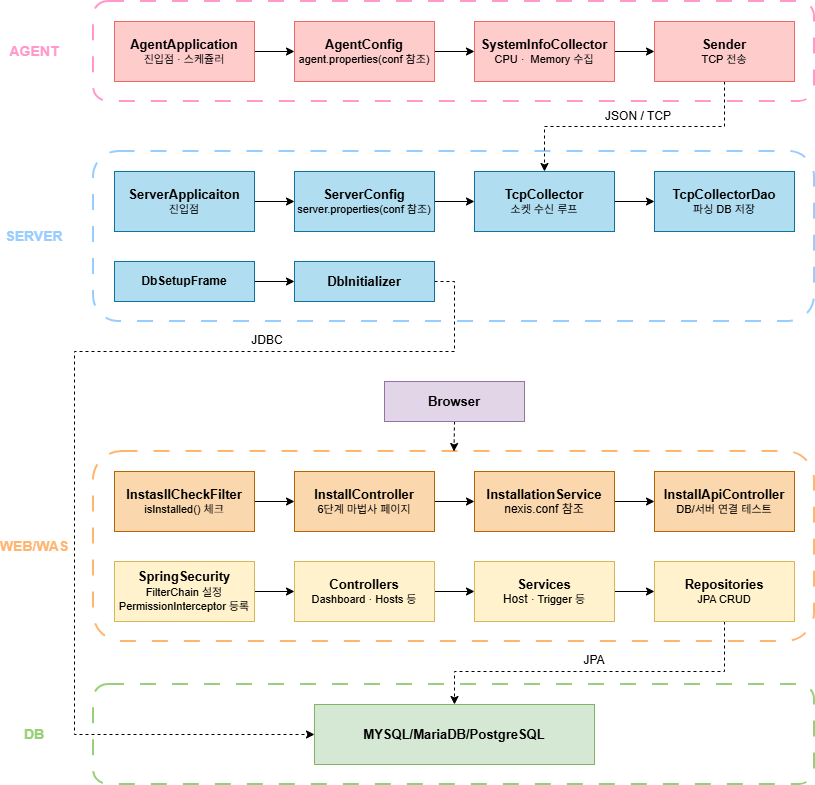
Earlier version of the draw.io export assets/img/설계도.drawio.png (Hyein-Park-git/Portfolio). Source tidied: cells renumbered, new cells last; positions are measured from the earlier drawing's top-left corner, leaving out a move shared by most shapes. The source it was exported from:
```xml
<mxGraphModel>
  <root>
    <mxCell id="0" />
    <mxCell id="1" parent="0" />
    <mxCell id="2" style="rounded=1;whiteSpace=wrap;html=1;fillColor=none;dashed=1;strokeColor=#FFB570;strokeWidth=2;dashPattern=8 8;" parent="1" vertex="1">
      <mxGeometry x="89" y="450" width="721" height="190" as="geometry" />
    </mxCell>
    <mxCell id="3" style="rounded=1;whiteSpace=wrap;html=1;fillColor=none;dashed=1;strokeColor=#99CCFF;strokeWidth=2;dashPattern=8 8;" parent="1" vertex="1">
      <mxGeometry x="89" y="150" width="721" height="170" as="geometry" />
    </mxCell>
    <mxCell id="4" style="rounded=1;whiteSpace=wrap;html=1;fillColor=none;dashed=1;strokeColor=#FF99CC;strokeWidth=2;dashPattern=8 8;" parent="1" vertex="1">
      <mxGeometry x="89" width="721" height="100" as="geometry" />
    </mxCell>
    <mxCell id="5" style="edgeStyle=orthogonalEdgeStyle;rounded=0;jettySize=auto;html=1;exitX=1;exitY=0.5;exitDx=0;exitDy=0;" parent="1" edge="1" source="6" target="8">
      <mxGeometry relative="1" as="geometry" />
    </mxCell>
    <mxCell id="6" value="&lt;font style=&quot;font-size: 13px;&quot;&gt;&lt;b&gt;AgentApplication&lt;/b&gt;&lt;/font&gt;&lt;div&gt;&lt;font style=&quot;font-size: 11px;&quot;&gt;진입점 · 스케쥴러&lt;/font&gt;&lt;/div&gt;" style="rounded=0;whiteSpace=wrap;html=1;fillColor=#ffcccc;strokeColor=#EA6B66;" parent="1" vertex="1">
      <mxGeometry x="110" y="20" width="140" height="60" as="geometry" />
    </mxCell>
    <mxCell id="7" style="edgeStyle=orthogonalEdgeStyle;rounded=0;jettySize=auto;html=1;exitX=1;exitY=0.5;exitDx=0;exitDy=0;" parent="1" edge="1" source="8" target="10">
      <mxGeometry relative="1" as="geometry" />
    </mxCell>
    <mxCell id="8" value="&lt;font style=&quot;font-size: 13px;&quot;&gt;&lt;b&gt;AgentConfig&lt;/b&gt;&lt;/font&gt;&lt;div&gt;&lt;font style=&quot;font-size: 11px;&quot;&gt;agent.properties(conf 참조)&lt;/font&gt;&lt;/div&gt;" style="rounded=0;whiteSpace=wrap;html=1;fillColor=#ffcccc;strokeColor=#EA6B66;" parent="1" vertex="1">
      <mxGeometry x="290" y="20" width="140" height="60" as="geometry" />
    </mxCell>
    <mxCell id="9" style="edgeStyle=orthogonalEdgeStyle;rounded=0;jettySize=auto;html=1;exitX=1;exitY=0.5;exitDx=0;exitDy=0;entryX=0;entryY=0.5;entryDx=0;entryDy=0;" parent="1" edge="1" source="10" target="12">
      <mxGeometry relative="1" as="geometry" />
    </mxCell>
    <mxCell id="10" value="&lt;font style=&quot;font-size: 13px;&quot;&gt;&lt;b&gt;SystemInfoCollector&lt;/b&gt;&lt;/font&gt;&lt;div&gt;&lt;font style=&quot;font-size: 11px;&quot;&gt;CPU&amp;nbsp;&lt;/font&gt;&lt;span style=&quot;font-size: 11px; background-color: transparent; color: light-dark(rgb(0, 0, 0), rgb(255, 255, 255));&quot;&gt;·&lt;/span&gt;&lt;span style=&quot;font-size: 11px; background-color: transparent; color: light-dark(rgb(0, 0, 0), rgb(255, 255, 255));&quot;&gt;&amp;nbsp;&lt;/span&gt;&lt;span style=&quot;font-size: 11px; background-color: transparent; color: light-dark(rgb(0, 0, 0), rgb(255, 255, 255));&quot;&gt;&amp;nbsp;Memory 수집&lt;/span&gt;&lt;/div&gt;" style="rounded=0;whiteSpace=wrap;html=1;fillColor=#ffcccc;strokeColor=#EA6B66;" parent="1" vertex="1">
      <mxGeometry x="470" y="20" width="140" height="60" as="geometry" />
    </mxCell>
    <mxCell id="11" style="edgeStyle=orthogonalEdgeStyle;rounded=0;jettySize=auto;html=1;exitX=0.5;exitY=1;exitDx=0;exitDy=0;entryX=0.5;entryY=0;entryDx=0;entryDy=0;dashed=1;" parent="1" edge="1" source="12" target="18">
      <mxGeometry relative="1" as="geometry" />
    </mxCell>
    <mxCell id="12" value="&lt;font style=&quot;font-size: 13px;&quot;&gt;&lt;b&gt;Sender&lt;/b&gt;&lt;/font&gt;&lt;div&gt;&lt;font style=&quot;font-size: 11px;&quot;&gt;TCP 전송&lt;/font&gt;&lt;/div&gt;" style="rounded=0;whiteSpace=wrap;html=1;fillColor=#ffcccc;strokeColor=#EA6B66;" parent="1" vertex="1">
      <mxGeometry x="650" y="20" width="140" height="60" as="geometry" />
    </mxCell>
    <mxCell id="13" style="edgeStyle=orthogonalEdgeStyle;rounded=0;jettySize=auto;html=1;exitX=1;exitY=0.5;exitDx=0;exitDy=0;entryX=0;entryY=0.5;entryDx=0;entryDy=0;" parent="1" edge="1" source="14" target="16">
      <mxGeometry relative="1" as="geometry" />
    </mxCell>
    <mxCell id="14" value="&lt;font style=&quot;font-size: 13px;&quot;&gt;&lt;b style=&quot;&quot;&gt;ServerApplicaiton&lt;/b&gt;&lt;/font&gt;&lt;div&gt;&lt;font style=&quot;font-size: 11px;&quot;&gt;진입점&lt;/font&gt;&lt;/div&gt;" style="rounded=0;whiteSpace=wrap;html=1;fillColor=#b1ddf0;strokeColor=#10739e;" parent="1" vertex="1">
      <mxGeometry x="110" y="170" width="140" height="60" as="geometry" />
    </mxCell>
    <mxCell id="15" style="edgeStyle=orthogonalEdgeStyle;rounded=0;jettySize=auto;html=1;exitX=1;exitY=0.5;exitDx=0;exitDy=0;entryX=0;entryY=0.5;entryDx=0;entryDy=0;" parent="1" edge="1" source="16" target="18">
      <mxGeometry relative="1" as="geometry" />
    </mxCell>
    <mxCell id="16" value="&lt;font style=&quot;font-size: 13px;&quot;&gt;&lt;b&gt;ServerConfig&lt;/b&gt;&lt;/font&gt;&lt;div&gt;&lt;font style=&quot;font-size: 11px;&quot;&gt;server.properties(conf 참조)&lt;/font&gt;&lt;/div&gt;" style="rounded=0;whiteSpace=wrap;html=1;fillColor=#b1ddf0;strokeColor=#10739e;" parent="1" vertex="1">
      <mxGeometry x="290" y="170" width="140" height="60" as="geometry" />
    </mxCell>
    <mxCell id="17" style="edgeStyle=orthogonalEdgeStyle;rounded=0;jettySize=auto;html=1;exitX=1;exitY=0.5;exitDx=0;exitDy=0;entryX=0;entryY=0.5;entryDx=0;entryDy=0;" parent="1" edge="1" source="18" target="19">
      <mxGeometry relative="1" as="geometry" />
    </mxCell>
    <mxCell id="18" value="&lt;font style=&quot;font-size: 13px;&quot;&gt;&lt;b&gt;TcpCollector&lt;/b&gt;&lt;/font&gt;&lt;div&gt;&lt;font style=&quot;font-size: 11px;&quot;&gt;소켓 수신 루프&lt;/font&gt;&lt;/div&gt;" style="rounded=0;whiteSpace=wrap;html=1;fillColor=#b1ddf0;strokeColor=#10739e;" parent="1" vertex="1">
      <mxGeometry x="470" y="170" width="140" height="60" as="geometry" />
    </mxCell>
    <mxCell id="19" value="&lt;font style=&quot;font-size: 13px;&quot;&gt;&lt;b&gt;TcpCollectorDao&lt;/b&gt;&lt;/font&gt;&lt;div&gt;&lt;font style=&quot;font-size: 11px;&quot;&gt;파싱 DB 저장&lt;/font&gt;&lt;/div&gt;" style="rounded=0;whiteSpace=wrap;html=1;fillColor=#b1ddf0;strokeColor=#10739e;" parent="1" vertex="1">
      <mxGeometry x="650" y="170" width="140" height="60" as="geometry" />
    </mxCell>
    <mxCell id="20" style="edgeStyle=orthogonalEdgeStyle;rounded=0;jettySize=auto;html=1;exitX=1;exitY=0.5;exitDx=0;exitDy=0;entryX=0;entryY=0.5;entryDx=0;entryDy=0;" parent="1" edge="1" source="21" target="23">
      <mxGeometry relative="1" as="geometry" />
    </mxCell>
    <mxCell id="21" value="&lt;b&gt;DbSetupFrame&lt;/b&gt;" style="rounded=0;whiteSpace=wrap;html=1;fillColor=#b1ddf0;strokeColor=#10739e;" parent="1" vertex="1">
      <mxGeometry x="110" y="260" width="140" height="40" as="geometry" />
    </mxCell>
    <mxCell id="22" style="edgeStyle=orthogonalEdgeStyle;rounded=0;jettySize=auto;html=1;exitX=1;exitY=0.5;exitDx=0;exitDy=0;dashed=1;entryX=0;entryY=0.5;entryDx=0;entryDy=0;" parent="1" edge="1" source="23" target="41">
      <mxGeometry relative="1" as="geometry">
        <Array as="points">
          <mxPoint x="450" y="280" />
          <mxPoint x="450" y="350" />
          <mxPoint x="70" y="350" />
          <mxPoint x="70" y="733" />
        </Array>
      </mxGeometry>
    </mxCell>
    <mxCell id="23" value="&lt;b&gt;&lt;font style=&quot;font-size: 13px;&quot;&gt;DbInitializer&lt;/font&gt;&lt;/b&gt;" style="rounded=0;whiteSpace=wrap;html=1;fillColor=#b1ddf0;strokeColor=#10739e;" parent="1" vertex="1">
      <mxGeometry x="290" y="260" width="140" height="40" as="geometry" />
    </mxCell>
    <mxCell id="24" style="edgeStyle=orthogonalEdgeStyle;rounded=0;jettySize=auto;html=1;exitX=1;exitY=0.5;exitDx=0;exitDy=0;" parent="1" edge="1" source="25" target="29">
      <mxGeometry relative="1" as="geometry" />
    </mxCell>
    <mxCell id="25" value="&lt;b&gt;&lt;font style=&quot;font-size: 13px;&quot;&gt;InstasllCheckFilter&lt;/font&gt;&lt;/b&gt;&lt;div&gt;&lt;font style=&quot;font-size: 11px;&quot;&gt;isInstalled() 체크&lt;/font&gt;&lt;/div&gt;" style="rounded=0;whiteSpace=wrap;html=1;fillColor=#fad7ac;strokeColor=#b46504;" parent="1" vertex="1">
      <mxGeometry x="110" y="470" width="140" height="60" as="geometry" />
    </mxCell>
    <mxCell id="26" style="edgeStyle=orthogonalEdgeStyle;rounded=0;jettySize=auto;html=1;exitX=0.5;exitY=1;exitDx=0;exitDy=0;entryX=0.5;entryY=0;entryDx=0;entryDy=0;dashed=1;" parent="1" edge="1" source="27">
      <mxGeometry relative="1" as="geometry">
        <mxPoint x="449.5" y="450" as="targetPoint" />
      </mxGeometry>
    </mxCell>
    <mxCell id="27" value="&lt;b&gt;&lt;font style=&quot;font-size: 13px;&quot;&gt;Browser&lt;/font&gt;&lt;/b&gt;" style="rounded=0;whiteSpace=wrap;html=1;fillColor=#e1d5e7;strokeColor=#9673a6;" parent="1" vertex="1">
      <mxGeometry x="380" y="380" width="140" height="40" as="geometry" />
    </mxCell>
    <mxCell id="28" style="edgeStyle=orthogonalEdgeStyle;rounded=0;jettySize=auto;html=1;exitX=1;exitY=0.5;exitDx=0;exitDy=0;" parent="1" edge="1" source="29" target="31">
      <mxGeometry relative="1" as="geometry" />
    </mxCell>
    <mxCell id="29" value="&lt;b&gt;&lt;font style=&quot;font-size: 13px;&quot;&gt;InstallController&lt;/font&gt;&lt;/b&gt;&lt;div&gt;&lt;font style=&quot;font-size: 11px;&quot;&gt;6단계 마법사 페이지&lt;/font&gt;&lt;/div&gt;" style="rounded=0;whiteSpace=wrap;html=1;fillColor=#fad7ac;strokeColor=#b46504;" parent="1" vertex="1">
      <mxGeometry x="290" y="470" width="140" height="60" as="geometry" />
    </mxCell>
    <mxCell id="30" style="edgeStyle=orthogonalEdgeStyle;rounded=0;jettySize=auto;html=1;exitX=1;exitY=0.5;exitDx=0;exitDy=0;entryX=0;entryY=0.5;entryDx=0;entryDy=0;" parent="1" edge="1" source="31" target="32">
      <mxGeometry relative="1" as="geometry" />
    </mxCell>
    <mxCell id="31" value="&lt;b&gt;&lt;font style=&quot;font-size: 13px;&quot;&gt;InstallationService&lt;/font&gt;&lt;/b&gt;&lt;div&gt;nexis.conf 참조&lt;/div&gt;" style="rounded=0;whiteSpace=wrap;html=1;fillColor=#fad7ac;strokeColor=#b46504;" parent="1" vertex="1">
      <mxGeometry x="470" y="470" width="140" height="60" as="geometry" />
    </mxCell>
    <mxCell id="32" value="&lt;b&gt;&lt;font style=&quot;font-size: 13px;&quot;&gt;InstallApiController&lt;/font&gt;&lt;/b&gt;&lt;div&gt;&lt;font style=&quot;font-size: 11px;&quot;&gt;DB/서버 연결 테스트&lt;/font&gt;&lt;/div&gt;" style="rounded=0;whiteSpace=wrap;html=1;fillColor=#fad7ac;strokeColor=#b46504;" parent="1" vertex="1">
      <mxGeometry x="650" y="470" width="140" height="60" as="geometry" />
    </mxCell>
    <mxCell id="33" style="edgeStyle=orthogonalEdgeStyle;rounded=0;jettySize=auto;html=1;exitX=1;exitY=0.5;exitDx=0;exitDy=0;" parent="1" edge="1" source="34" target="36">
      <mxGeometry relative="1" as="geometry" />
    </mxCell>
    <mxCell id="34" value="&lt;b&gt;&lt;font style=&quot;font-size: 13px;&quot;&gt;SpringSecurity&lt;/font&gt;&lt;/b&gt;&lt;div&gt;&lt;font style=&quot;font-size: 11px;&quot;&gt;FilterChain 설정&lt;/font&gt;&lt;/div&gt;&lt;div&gt;&lt;font style=&quot;font-size: 11px;&quot;&gt;PermissionInterceptor 등록&lt;/font&gt;&lt;/div&gt;" style="rounded=0;whiteSpace=wrap;html=1;fillColor=#fff2cc;strokeColor=#d6b656;" parent="1" vertex="1">
      <mxGeometry x="110" y="560" width="140" height="60" as="geometry" />
    </mxCell>
    <mxCell id="35" style="edgeStyle=orthogonalEdgeStyle;rounded=0;jettySize=auto;html=1;exitX=1;exitY=0.5;exitDx=0;exitDy=0;" parent="1" edge="1" source="36" target="38">
      <mxGeometry relative="1" as="geometry" />
    </mxCell>
    <mxCell id="36" value="&lt;b&gt;&lt;font style=&quot;font-size: 13px;&quot;&gt;Controllers&lt;/font&gt;&lt;/b&gt;&lt;div&gt;&lt;font style=&quot;font-size: 11px;&quot;&gt;Dashboard&amp;nbsp;&lt;/font&gt;&lt;span style=&quot;font-size: 11px; background-color: transparent; color: light-dark(rgb(0, 0, 0), rgb(255, 255, 255));&quot;&gt;· Hosts&amp;nbsp;&lt;/span&gt;&lt;span style=&quot;background-color: transparent; color: light-dark(rgb(0, 0, 0), rgb(255, 255, 255)); font-size: 11px;&quot;&gt;등&lt;/span&gt;&lt;/div&gt;" style="rounded=0;whiteSpace=wrap;html=1;fillColor=#fff2cc;strokeColor=#d6b656;" parent="1" vertex="1">
      <mxGeometry x="290" y="560" width="140" height="60" as="geometry" />
    </mxCell>
    <mxCell id="37" style="edgeStyle=orthogonalEdgeStyle;rounded=0;jettySize=auto;html=1;exitX=1;exitY=0.5;exitDx=0;exitDy=0;" parent="1" edge="1" source="38" target="40">
      <mxGeometry relative="1" as="geometry" />
    </mxCell>
    <mxCell id="38" value="&lt;b&gt;&lt;font style=&quot;font-size: 13px;&quot;&gt;Services&lt;/font&gt;&lt;/b&gt;&lt;div&gt;Host&amp;nbsp;&lt;span style=&quot;font-size: 11px; background-color: transparent; color: light-dark(rgb(0, 0, 0), rgb(255, 255, 255));&quot;&gt;· Trigger&amp;nbsp;&lt;/span&gt;&lt;span style=&quot;font-size: 11px; background-color: transparent; color: light-dark(rgb(0, 0, 0), rgb(255, 255, 255));&quot;&gt;등&lt;/span&gt;&lt;/div&gt;" style="rounded=0;whiteSpace=wrap;html=1;fillColor=#fff2cc;strokeColor=#d6b656;" parent="1" vertex="1">
      <mxGeometry x="470" y="560" width="140" height="60" as="geometry" />
    </mxCell>
    <mxCell id="39" style="edgeStyle=orthogonalEdgeStyle;rounded=0;jettySize=auto;html=1;exitX=0.5;exitY=1;exitDx=0;exitDy=0;entryX=0.5;entryY=0;entryDx=0;entryDy=0;dashed=1;" parent="1" edge="1" source="40" target="41">
      <mxGeometry relative="1" as="geometry">
        <Array as="points">
          <mxPoint x="720" y="670" />
          <mxPoint x="450" y="670" />
        </Array>
      </mxGeometry>
    </mxCell>
    <mxCell id="40" value="&lt;b&gt;&lt;font style=&quot;font-size: 13px;&quot;&gt;Repositories&lt;/font&gt;&lt;/b&gt;&lt;div&gt;&lt;font style=&quot;font-size: 11px;&quot;&gt;JPA CRUD&lt;/font&gt;&lt;/div&gt;" style="rounded=0;whiteSpace=wrap;html=1;fillColor=#fff2cc;strokeColor=#d6b656;" parent="1" vertex="1">
      <mxGeometry x="650" y="560" width="140" height="60" as="geometry" />
    </mxCell>
    <mxCell id="41" value="&lt;b&gt;&lt;font style=&quot;font-size: 13px;&quot;&gt;MYSQL/MariaDB/PostgreSQL&lt;/font&gt;&lt;/b&gt;" style="rounded=0;whiteSpace=wrap;html=1;fillColor=#d5e8d4;strokeColor=#82b366;" parent="1" vertex="1">
      <mxGeometry x="310" y="703" width="280" height="60" as="geometry" />
    </mxCell>
    <mxCell id="42" value="JSON / TCP" style="text;html=1;whiteSpace=wrap;strokeColor=none;fillColor=none;align=center;verticalAlign=middle;rounded=0;" parent="1" vertex="1">
      <mxGeometry x="599" y="100" width="70" height="30" as="geometry" />
    </mxCell>
    <mxCell id="43" value="JDBC" style="text;html=1;whiteSpace=wrap;strokeColor=none;fillColor=none;align=center;verticalAlign=middle;rounded=0;" parent="1" vertex="1">
      <mxGeometry x="233" y="324" width="60" height="30" as="geometry" />
    </mxCell>
    <mxCell id="44" value="JPA" style="text;html=1;whiteSpace=wrap;strokeColor=none;fillColor=none;align=center;verticalAlign=middle;rounded=0;" parent="1" vertex="1">
      <mxGeometry x="560" y="644" width="60" height="30" as="geometry" />
    </mxCell>
    <mxCell id="45" value="&lt;b&gt;&lt;font style=&quot;color: rgb(255, 153, 204); font-size: 14px;&quot;&gt;AGENT&lt;/font&gt;&lt;/b&gt;" style="text;html=1;whiteSpace=wrap;strokeColor=none;fillColor=none;align=center;verticalAlign=middle;rounded=0;" parent="1" vertex="1">
      <mxGeometry y="35" width="60" height="30" as="geometry" />
    </mxCell>
    <mxCell id="46" value="&lt;font style=&quot;color: rgb(153, 204, 255); font-size: 14px;&quot;&gt;&lt;b&gt;SERVER&lt;/b&gt;&lt;/font&gt;" style="text;html=1;whiteSpace=wrap;strokeColor=none;fillColor=none;align=center;verticalAlign=middle;rounded=0;" parent="1" vertex="1">
      <mxGeometry y="220" width="60" height="30" as="geometry" />
    </mxCell>
    <mxCell id="47" value="&lt;font style=&quot;color: rgb(255, 181, 112); font-size: 14px;&quot;&gt;&lt;b&gt;WEB/WAS&lt;/b&gt;&lt;/font&gt;" style="text;html=1;whiteSpace=wrap;strokeColor=none;fillColor=none;align=center;verticalAlign=middle;rounded=0;" parent="1" vertex="1">
      <mxGeometry y="530" width="60" height="30" as="geometry" />
    </mxCell>
    <mxCell id="48" value="&lt;font style=&quot;color: rgb(151, 208, 119); font-size: 14px;&quot;&gt;&lt;b&gt;DB&lt;/b&gt;&lt;/font&gt;" style="text;html=1;whiteSpace=wrap;strokeColor=none;fillColor=none;align=center;verticalAlign=middle;rounded=0;" parent="1" vertex="1">
      <mxGeometry y="718" width="60" height="30" as="geometry" />
    </mxCell>
    <mxCell id="49" style="rounded=1;whiteSpace=wrap;html=1;fillColor=none;dashed=1;strokeColor=#97D077;strokeWidth=2;dashPattern=8 8;" parent="1" vertex="1">
      <mxGeometry x="89" y="683" width="721" height="100" as="geometry" />
    </mxCell>
  </root>
</mxGraphModel>
```
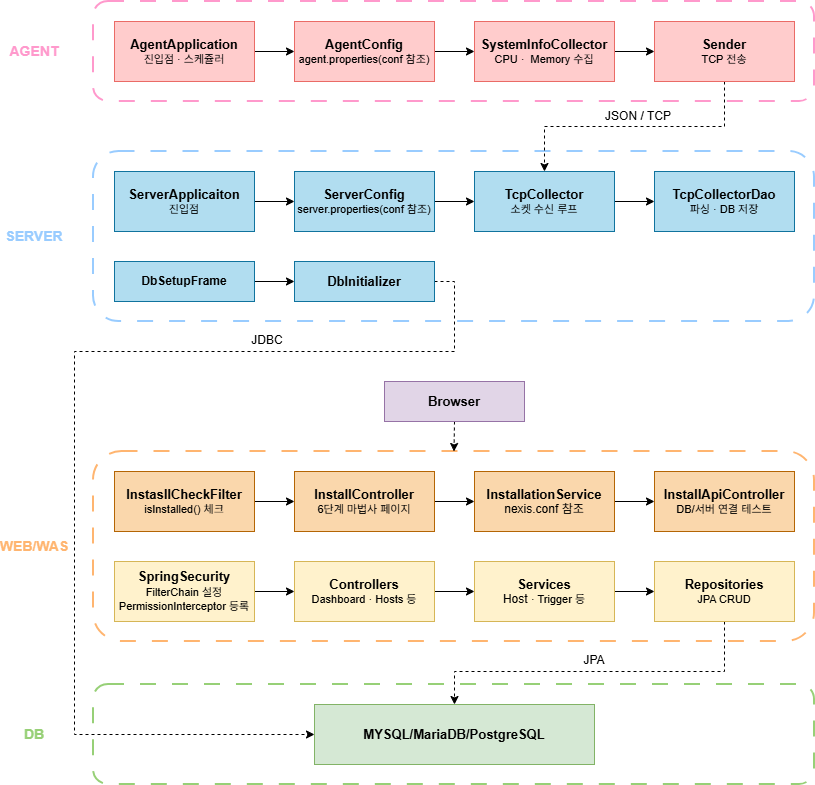
After the commit.

Change to the diagram source:
```diff
@@ -53,7 +53,7 @@
     <mxCell id="18" value="&lt;font style=&quot;font-size: 13px;&quot;&gt;&lt;b&gt;TcpCollector&lt;/b&gt;&lt;/font&gt;&lt;div&gt;&lt;font style=&quot;font-size: 11px;&quot;&gt;소켓 수신 루프&lt;/font&gt;&lt;/div&gt;" style="rounded=0;whiteSpace=wrap;html=1;fillColor=#b1ddf0;strokeColor=#10739e;" parent="1" vertex="1">
       <mxGeometry x="470" y="170" width="140" height="60" as="geometry" />
     </mxCell>
-    <mxCell id="19" value="&lt;font style=&quot;font-size: 13px;&quot;&gt;&lt;b&gt;TcpCollectorDao&lt;/b&gt;&lt;/font&gt;&lt;div&gt;&lt;font style=&quot;font-size: 11px;&quot;&gt;파싱 DB 저장&lt;/font&gt;&lt;/div&gt;" style="rounded=0;whiteSpace=wrap;html=1;fillColor=#b1ddf0;strokeColor=#10739e;" parent="1" vertex="1">
+    <mxCell id="19" value="&lt;font style=&quot;font-size: 13px;&quot;&gt;&lt;b&gt;TcpCollectorDao&lt;/b&gt;&lt;/font&gt;&lt;div&gt;&lt;font style=&quot;font-size: 11px;&quot;&gt;파싱&amp;nbsp;&lt;/font&gt;&lt;span style=&quot;font-size: 11px; background-color: transparent; color: light-dark(rgb(0, 0, 0), rgb(255, 255, 255));&quot;&gt;·&amp;nbsp;&lt;/span&gt;&lt;span style=&quot;font-size: 11px; background-color: transparent; color: light-dark(rgb(0, 0, 0), rgb(255, 255, 255));&quot;&gt;DB 저장&lt;/span&gt;&lt;/div&gt;" style="rounded=0;whiteSpace=wrap;html=1;fillColor=#b1ddf0;strokeColor=#10739e;" parent="1" vertex="1">
       <mxGeometry x="650" y="170" width="140" height="60" as="geometry" />
     </mxCell>
     <mxCell id="20" style="edgeStyle=orthogonalEdgeStyle;rounded=0;jettySize=auto;html=1;exitX=1;exitY=0.5;exitDx=0;exitDy=0;entryX=0;entryY=0.5;entryDx=0;entryDy=0;" parent="1" edge="1" source="21" target="23">
```
